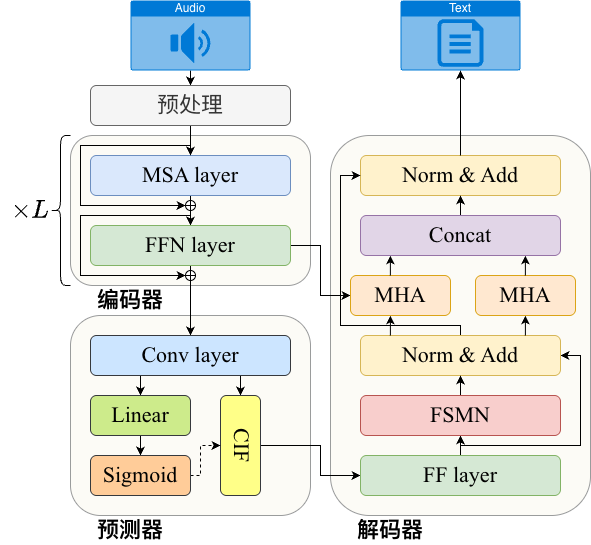
Above: LGM-TSC/funasr.png in Murasame-sway/paper_image (draw.io), before the change. Source tidied: cells renumbered, new cells last; positions are measured from the earlier drawing's top-left corner, leaving out a move shared by most shapes. Its diagram source:
```xml
<mxGraphModel math="1">
  <root>
    <mxCell id="0" />
    <mxCell id="1" parent="0" />
    <mxCell id="2" style="rounded=1;whiteSpace=wrap;html=1;fillColor=#f9f7ed;strokeColor=#36393d;fontFamily=Times New Roman;fontSize=22;opacity=50;align=center;verticalAlign=middle;fontColor=default;fontStyle=0;" parent="1" vertex="1">
      <mxGeometry x="70" y="315" width="240" height="200" as="geometry" />
    </mxCell>
    <mxCell id="3" style="rounded=1;whiteSpace=wrap;html=1;fillColor=#f9f7ed;strokeColor=#36393d;fontFamily=Times New Roman;fontSize=22;opacity=50;fontStyle=0;" parent="1" vertex="1">
      <mxGeometry x="70" y="135" width="240" height="150" as="geometry" />
    </mxCell>
    <mxCell id="4" style="rounded=1;whiteSpace=wrap;html=1;fillColor=#f9f7ed;strokeColor=#36393d;fontFamily=Times New Roman;fontSize=22;opacity=50;align=center;verticalAlign=middle;fontColor=default;fontStyle=0;" parent="1" vertex="1">
      <mxGeometry x="330" y="135" width="260" height="380" as="geometry" />
    </mxCell>
    <mxCell id="5" value="&lt;span style=&quot;border-color: var(--border-color); font-size: 22px;&quot;&gt;Norm &amp;amp; Add&lt;/span&gt;" style="rounded=1;whiteSpace=wrap;html=1;strokeColor=#d6b656;fillColor=#fff2cc;fontFamily=Times New Roman;fontSize=22;fontStyle=0;" parent="1" vertex="1">
      <mxGeometry x="360" y="155" width="200" height="40" as="geometry" />
    </mxCell>
    <mxCell id="6" value="&lt;font style=&quot;font-size: 22px;&quot;&gt;&lt;span style=&quot;font-size: 22px;&quot;&gt;解码器&lt;/span&gt;&lt;/font&gt;" style="text;html=1;align=center;verticalAlign=middle;whiteSpace=wrap;rounded=0;fontFamily=Times New Roman;fontSize=22;fontStyle=1;" parent="1" vertex="1">
      <mxGeometry x="330" y="515" width="120" height="30" as="geometry" />
    </mxCell>
    <mxCell id="7" value="&lt;font style=&quot;font-size: 22px;&quot;&gt;&lt;span style=&quot;font-size: 22px;&quot;&gt;&lt;b style=&quot;font-size: 22px;&quot;&gt;预测器&lt;/b&gt;&lt;/span&gt;&lt;/font&gt;" style="text;html=1;align=center;verticalAlign=middle;whiteSpace=wrap;rounded=0;fontFamily=Times New Roman;fontSize=22;fontStyle=0;" parent="1" vertex="1">
      <mxGeometry x="70" y="515" width="120" height="30" as="geometry" />
    </mxCell>
    <mxCell id="8" style="edgeStyle=orthogonalEdgeStyle;rounded=0;jettySize=auto;html=1;entryX=0.5;entryY=0;entryDx=0;entryDy=0;fontStyle=0;fontSize=22;" parent="1" edge="1" source="9" target="12">
      <mxGeometry relative="1" as="geometry" />
    </mxCell>
    <mxCell id="9" value="&lt;span style=&quot;font-size: 22px;&quot;&gt;&lt;span style=&quot;font-size: 22px;&quot;&gt;MSA layer&lt;/span&gt;&lt;/span&gt;" style="rounded=1;whiteSpace=wrap;html=1;fillColor=#dae8fc;strokeColor=#6c8ebf;fontFamily=Times New Roman;fontSize=22;fontStyle=0;" parent="1" vertex="1">
      <mxGeometry x="90" y="155" width="200" height="40" as="geometry" />
    </mxCell>
    <mxCell id="10" style="edgeStyle=orthogonalEdgeStyle;rounded=0;jettySize=auto;html=1;entryX=0;entryY=0.5;entryDx=0;entryDy=0;fontFamily=Times New Roman;fontSize=22;fontStyle=0;" parent="1" edge="1" source="12" target="23">
      <mxGeometry relative="1" as="geometry" />
    </mxCell>
    <mxCell id="11" style="edgeStyle=orthogonalEdgeStyle;rounded=0;jettySize=auto;html=1;exitX=0.5;exitY=1;exitDx=0;exitDy=0;entryX=0.5;entryY=0;entryDx=0;entryDy=0;fontStyle=0;fontSize=22;" parent="1" edge="1" source="12" target="17">
      <mxGeometry relative="1" as="geometry" />
    </mxCell>
    <mxCell id="12" value="&lt;span style=&quot;font-size: 22px;&quot;&gt;&lt;span style=&quot;font-size: 22px;&quot;&gt;FFN layer&lt;/span&gt;&lt;/span&gt;" style="rounded=1;whiteSpace=wrap;html=1;fillColor=#d5e8d4;strokeColor=#82b366;fontFamily=Times New Roman;fontSize=22;fontStyle=0;" parent="1" vertex="1">
      <mxGeometry x="90" y="225" width="200" height="40" as="geometry" />
    </mxCell>
    <mxCell id="13" value="&lt;font style=&quot;font-size: 22px;&quot;&gt;&lt;span style=&quot;font-size: 22px;&quot;&gt;&lt;b style=&quot;font-size: 22px;&quot;&gt;编码器&lt;/b&gt;&lt;/span&gt;&lt;/font&gt;" style="text;html=1;align=center;verticalAlign=middle;whiteSpace=wrap;rounded=0;fontFamily=Times New Roman;fontSize=22;fontStyle=0;" parent="1" vertex="1">
      <mxGeometry x="70" y="285" width="120" height="30" as="geometry" />
    </mxCell>
    <mxCell id="14" style="edgeStyle=orthogonalEdgeStyle;rounded=0;jettySize=auto;html=1;exitX=0.5;exitY=1;exitDx=0;exitDy=0;exitPerimeter=0;entryX=0.5;entryY=0;entryDx=0;entryDy=0;fontStyle=0;fontSize=22;" parent="1" edge="1" target="40">
      <mxGeometry relative="1" as="geometry">
        <mxPoint x="190" y="70" as="sourcePoint" />
      </mxGeometry>
    </mxCell>
    <mxCell id="15" style="edgeStyle=orthogonalEdgeStyle;rounded=0;jettySize=auto;html=1;entryX=0.5;entryY=0;entryDx=0;entryDy=0;exitX=0.25;exitY=1;exitDx=0;exitDy=0;fontFamily=Times New Roman;fontSize=22;fontStyle=0;" parent="1" edge="1" source="17" target="33">
      <mxGeometry relative="1" as="geometry" />
    </mxCell>
    <mxCell id="16" style="edgeStyle=orthogonalEdgeStyle;rounded=0;jettySize=auto;html=1;exitX=0.75;exitY=1;exitDx=0;exitDy=0;entryX=0.5;entryY=0;entryDx=0;entryDy=0;fontStyle=0;fontSize=22;" parent="1" edge="1" source="17">
      <mxGeometry relative="1" as="geometry">
        <mxPoint x="240" y="395" as="targetPoint" />
      </mxGeometry>
    </mxCell>
    <mxCell id="17" value="&lt;span style=&quot;border-color: var(--border-color); font-size: 22px;&quot;&gt;Conv layer&lt;br style=&quot;font-size: 22px;&quot;&gt;&lt;/span&gt;" style="rounded=1;whiteSpace=wrap;html=1;fillColor=#cce5ff;strokeColor=#36393d;fontFamily=Times New Roman;fontSize=22;fontStyle=0;" parent="1" vertex="1">
      <mxGeometry x="90" y="335" width="200" height="40" as="geometry" />
    </mxCell>
    <mxCell id="18" style="edgeStyle=orthogonalEdgeStyle;rounded=0;jettySize=auto;html=1;exitX=1;exitY=0.5;exitDx=0;exitDy=0;entryX=0;entryY=0.5;entryDx=0;entryDy=0;fontSize=22;" parent="1" edge="1" source="19" target="22">
      <mxGeometry relative="1" as="geometry">
        <Array as="points">
          <mxPoint x="320" y="445" />
          <mxPoint x="320" y="475" />
        </Array>
      </mxGeometry>
    </mxCell>
    <mxCell id="19" value="&lt;span style=&quot;border-color: var(--border-color); font-size: 22px;&quot;&gt;CIF&lt;br style=&quot;font-size: 22px;&quot;&gt;&lt;/span&gt;" style="rounded=1;whiteSpace=wrap;html=1;fillColor=#ffff88;strokeColor=#36393d;fontFamily=Times New Roman;fontSize=22;textDirection=vertical-rl;fontStyle=0;" parent="1" vertex="1">
      <mxGeometry x="220" y="395" width="40" height="100" as="geometry" />
    </mxCell>
    <mxCell id="20" style="edgeStyle=orthogonalEdgeStyle;rounded=0;jettySize=auto;html=1;exitX=0.5;exitY=0;exitDx=0;exitDy=0;entryX=0.5;entryY=1;entryDx=0;entryDy=0;fontSize=22;" parent="1" edge="1" source="22" target="28">
      <mxGeometry relative="1" as="geometry" />
    </mxCell>
    <mxCell id="21" style="edgeStyle=orthogonalEdgeStyle;rounded=0;jettySize=auto;html=1;exitX=0.5;exitY=0;exitDx=0;exitDy=0;entryX=1;entryY=0.5;entryDx=0;entryDy=0;fontSize=22;" parent="1" edge="1" source="22" target="26">
      <mxGeometry relative="1" as="geometry">
        <Array as="points">
          <mxPoint x="460" y="445" />
          <mxPoint x="580" y="445" />
          <mxPoint x="580" y="355" />
        </Array>
      </mxGeometry>
    </mxCell>
    <mxCell id="22" value="&lt;span style=&quot;font-size: 22px;&quot;&gt;FF layer&lt;/span&gt;" style="rounded=1;whiteSpace=wrap;html=1;fillColor=#d5e8d4;strokeColor=#82b366;fontFamily=Times New Roman;fontSize=22;fontStyle=0;" parent="1" vertex="1">
      <mxGeometry x="360" y="455" width="200" height="40" as="geometry" />
    </mxCell>
    <mxCell id="23" value="&lt;span style=&quot;font-size: 22px;&quot;&gt;&lt;span style=&quot;font-size: 22px;&quot;&gt;MHA&lt;/span&gt;&lt;/span&gt;" style="rounded=1;whiteSpace=wrap;html=1;fillColor=#ffe6cc;strokeColor=#d79b00;gradientDirection=radial;opacity=90;fontFamily=Times New Roman;fontSize=22;fontStyle=0;" parent="1" vertex="1">
      <mxGeometry x="350" y="275" width="100" height="40" as="geometry" />
    </mxCell>
    <mxCell id="24" value="&lt;span style=&quot;font-size: 22px;&quot;&gt;&lt;span style=&quot;font-size: 22px;&quot;&gt;MHA&lt;/span&gt;&lt;/span&gt;" style="rounded=1;whiteSpace=wrap;html=1;fillColor=#ffe6cc;strokeColor=#d79b00;gradientDirection=radial;opacity=90;fontFamily=Times New Roman;fontSize=22;fontStyle=0;" parent="1" vertex="1">
      <mxGeometry x="475" y="275" width="100" height="40" as="geometry" />
    </mxCell>
    <mxCell id="25" style="edgeStyle=orthogonalEdgeStyle;rounded=0;jettySize=auto;html=1;exitX=0.5;exitY=0;exitDx=0;exitDy=0;entryX=0;entryY=0.5;entryDx=0;entryDy=0;fontSize=22;" parent="1" edge="1" source="26" target="5">
      <mxGeometry relative="1" as="geometry">
        <Array as="points">
          <mxPoint x="460" y="325" />
          <mxPoint x="340" y="325" />
          <mxPoint x="340" y="175" />
        </Array>
      </mxGeometry>
    </mxCell>
    <mxCell id="26" value="Norm &amp;amp; Add" style="rounded=1;whiteSpace=wrap;html=1;strokeColor=#d6b656;fillColor=#fff2cc;fontFamily=Times New Roman;fontSize=22;fontStyle=0;" parent="1" vertex="1">
      <mxGeometry x="360" y="335" width="200" height="40" as="geometry" />
    </mxCell>
    <mxCell id="27" style="edgeStyle=orthogonalEdgeStyle;rounded=0;jettySize=auto;html=1;exitX=0.5;exitY=0;exitDx=0;exitDy=0;entryX=0.5;entryY=1;entryDx=0;entryDy=0;fontSize=22;" parent="1" edge="1" source="28" target="26">
      <mxGeometry relative="1" as="geometry" />
    </mxCell>
    <mxCell id="28" value="&lt;span style=&quot;border-color: var(--border-color); font-size: 22px;&quot;&gt;FSMN&lt;/span&gt;" style="rounded=1;whiteSpace=wrap;html=1;fillColor=#f8cecc;strokeColor=#b85450;fontFamily=Times New Roman;fontSize=22;fontStyle=0;" parent="1" vertex="1">
      <mxGeometry x="360" y="395" width="200" height="40" as="geometry" />
    </mxCell>
    <mxCell id="29" style="edgeStyle=orthogonalEdgeStyle;rounded=0;jettySize=auto;html=1;exitX=0.5;exitY=0;exitDx=0;exitDy=0;entryX=0.5;entryY=1;entryDx=0;entryDy=0;fontSize=22;" parent="1" edge="1" source="30" target="5">
      <mxGeometry relative="1" as="geometry" />
    </mxCell>
    <mxCell id="30" value="&lt;span style=&quot;border-color: var(--border-color); font-size: 22px;&quot;&gt;Concat&lt;/span&gt;" style="rounded=1;whiteSpace=wrap;html=1;strokeColor=#9673a6;fillColor=#e1d5e7;fontFamily=Times New Roman;fontSize=22;fontStyle=0;" parent="1" vertex="1">
      <mxGeometry x="360" y="215" width="200" height="40" as="geometry" />
    </mxCell>
    <mxCell id="31" style="shape=curlyBracket;whiteSpace=wrap;html=1;rounded=1;labelPosition=left;verticalLabelPosition=middle;align=right;verticalAlign=middle;fontFamily=Times New Roman;fontSize=22;fontStyle=0;" parent="1" vertex="1">
      <mxGeometry x="50" y="135" width="20" height="150" as="geometry" />
    </mxCell>
    <mxCell id="32" style="edgeStyle=orthogonalEdgeStyle;rounded=0;jettySize=auto;html=1;entryX=0.5;entryY=0;entryDx=0;entryDy=0;fontFamily=Times New Roman;fontSize=22;fontStyle=0;" parent="1" edge="1" source="33" target="35">
      <mxGeometry relative="1" as="geometry" />
    </mxCell>
    <mxCell id="33" value="&lt;span style=&quot;border-color: var(--border-color); font-size: 22px;&quot;&gt;Linear&lt;/span&gt;" style="rounded=1;whiteSpace=wrap;html=1;fillColor=#cdeb8b;strokeColor=#36393d;fontFamily=Times New Roman;fontSize=22;fontStyle=0;" parent="1" vertex="1">
      <mxGeometry x="90" y="395" width="100" height="40" as="geometry" />
    </mxCell>
    <mxCell id="34" style="edgeStyle=orthogonalEdgeStyle;rounded=0;jettySize=auto;html=1;entryX=0;entryY=0.5;entryDx=0;entryDy=0;dashed=1;fontFamily=Times New Roman;fontSize=22;fontStyle=0;" parent="1" edge="1" source="35" target="19">
      <mxGeometry relative="1" as="geometry">
        <Array as="points">
          <mxPoint x="200" y="475" />
          <mxPoint x="200" y="445" />
        </Array>
      </mxGeometry>
    </mxCell>
    <mxCell id="35" value="&lt;div style=&quot;font-size: 22px;&quot;&gt;&lt;span style=&quot;font-size: 22px;&quot;&gt;&lt;span style=&quot;font-size: 22px;&quot;&gt;Sigmoid&lt;/span&gt;&lt;/span&gt;&lt;/div&gt;" style="rounded=1;whiteSpace=wrap;html=1;fillColor=#ffcc99;strokeColor=#36393d;fontFamily=Times New Roman;fontSize=22;fontStyle=0;" parent="1" vertex="1">
      <mxGeometry x="90" y="455" width="100" height="40" as="geometry" />
    </mxCell>
    <mxCell id="36" style="verticalLabelPosition=bottom;verticalAlign=top;html=1;shape=mxgraph.flowchart.summing_function;fontFamily=Times New Roman;fontSize=22;fontStyle=0;" parent="1" vertex="1">
      <mxGeometry x="185" y="200" width="10" height="10" as="geometry" />
    </mxCell>
    <mxCell id="37" style="edgeStyle=orthogonalEdgeStyle;rounded=0;jettySize=auto;html=1;entryX=0;entryY=0.5;entryDx=0;entryDy=0;entryPerimeter=0;fontFamily=Times New Roman;fontSize=22;fontStyle=0;" parent="1" edge="1" target="41">
      <mxGeometry relative="1" as="geometry">
        <mxPoint x="190" y="215" as="sourcePoint" />
        <Array as="points">
          <mxPoint x="80" y="215" />
          <mxPoint x="80" y="275" />
        </Array>
      </mxGeometry>
    </mxCell>
    <mxCell id="38" value="$$\times L$$" style="text;whiteSpace=wrap;fontSize=22;align=center;fontStyle=0;verticalAlign=middle;" parent="1" vertex="1">
      <mxGeometry y="170.5" width="60" height="79" as="geometry" />
    </mxCell>
    <mxCell id="39" style="edgeStyle=orthogonalEdgeStyle;rounded=0;jettySize=auto;html=1;exitX=0.5;exitY=1;exitDx=0;exitDy=0;entryX=0.5;entryY=0;entryDx=0;entryDy=0;fontStyle=0;fontSize=22;" parent="1" edge="1" source="40" target="9">
      <mxGeometry relative="1" as="geometry" />
    </mxCell>
    <mxCell id="40" value="&lt;span style=&quot;font-family: &amp;quot;Times New Roman&amp;quot;; font-size: 22px;&quot;&gt;预处理&lt;/span&gt;" style="rounded=1;whiteSpace=wrap;html=1;fillColor=#f5f5f5;strokeColor=#666666;fontStyle=0;fontSize=22;fontColor=#333333;" parent="1" vertex="1">
      <mxGeometry x="90" y="85" width="200" height="40" as="geometry" />
    </mxCell>
    <mxCell id="41" style="verticalLabelPosition=bottom;verticalAlign=top;html=1;shape=mxgraph.flowchart.summing_function;fontFamily=Times New Roman;fontSize=22;fontStyle=0;" parent="1" vertex="1">
      <mxGeometry x="185" y="270" width="10" height="10" as="geometry" />
    </mxCell>
    <mxCell id="42" style="edgeStyle=orthogonalEdgeStyle;rounded=0;jettySize=auto;html=1;entryX=0;entryY=0.5;entryDx=0;entryDy=0;entryPerimeter=0;fontFamily=Times New Roman;fontSize=22;fontStyle=0;" parent="1" edge="1" target="36">
      <mxGeometry relative="1" as="geometry">
        <mxPoint x="190" y="145" as="sourcePoint" />
        <Array as="points">
          <mxPoint x="80" y="145" />
          <mxPoint x="80" y="205" />
        </Array>
      </mxGeometry>
    </mxCell>
    <mxCell id="43" style="edgeStyle=orthogonalEdgeStyle;rounded=0;jettySize=auto;html=1;exitX=0.5;exitY=0;exitDx=0;exitDy=0;entryX=0.5;entryY=1;entryDx=0;entryDy=0;entryPerimeter=0;fontSize=22;" parent="1" edge="1" source="5">
      <mxGeometry relative="1" as="geometry">
        <mxPoint x="460" y="70" as="targetPoint" />
      </mxGeometry>
    </mxCell>
    <mxCell id="44" style="endArrow=classic;html=1;rounded=0;fontSize=22;" parent="1" edge="1">
      <mxGeometry relative="1" as="geometry">
        <mxPoint x="389.9" y="335" as="sourcePoint" />
        <mxPoint x="389.9" y="315" as="targetPoint" />
      </mxGeometry>
    </mxCell>
    <mxCell id="45" style="endArrow=classic;html=1;rounded=0;fontSize=22;" parent="1" edge="1">
      <mxGeometry relative="1" as="geometry">
        <mxPoint x="524.9" y="335" as="sourcePoint" />
        <mxPoint x="524.9" y="315" as="targetPoint" />
      </mxGeometry>
    </mxCell>
    <mxCell id="46" style="endArrow=classic;html=1;rounded=0;fontSize=22;" parent="1" edge="1">
      <mxGeometry relative="1" as="geometry">
        <mxPoint x="389.9" y="275" as="sourcePoint" />
        <mxPoint x="389.9" y="255" as="targetPoint" />
      </mxGeometry>
    </mxCell>
    <mxCell id="47" style="endArrow=classic;html=1;rounded=0;fontSize=22;" parent="1" edge="1">
      <mxGeometry relative="1" as="geometry">
        <mxPoint x="524.9" y="275" as="sourcePoint" />
        <mxPoint x="524.9" y="255" as="targetPoint" />
      </mxGeometry>
    </mxCell>
    <mxCell id="48" value="Audio" style="html=1;whiteSpace=wrap;strokeColor=none;fillColor=#0079D6;labelPosition=center;verticalLabelPosition=middle;verticalAlign=top;align=center;fontSize=12;spacingTop=-6;fontColor=#FFFFFF;sketch=0;shape=mxgraph.sitemap.audio;" parent="1" vertex="1">
      <mxGeometry x="130" width="120" height="70" as="geometry" />
    </mxCell>
    <mxCell id="49" value="Text" style="html=1;whiteSpace=wrap;strokeColor=none;fillColor=#0079D6;labelPosition=center;verticalLabelPosition=middle;verticalAlign=top;align=center;fontSize=12;spacingTop=-6;fontColor=#FFFFFF;sketch=0;shape=mxgraph.sitemap.text;" parent="1" vertex="1">
      <mxGeometry x="400" width="120" height="70" as="geometry" />
    </mxCell>
  </root>
</mxGraphModel>
```
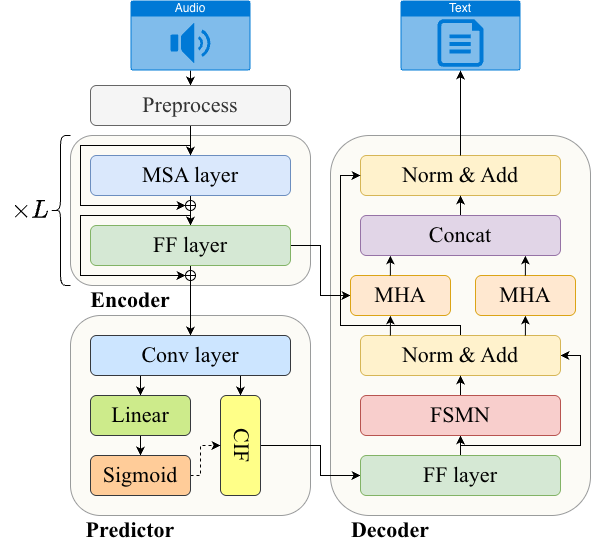
Above is the later version.

Diff of the diagram source:
```diff
@@ -14,10 +14,10 @@
     <mxCell id="5" value="&lt;span style=&quot;border-color: var(--border-color); font-size: 22px;&quot;&gt;Norm &amp;amp; Add&lt;/span&gt;" style="rounded=1;whiteSpace=wrap;html=1;strokeColor=#d6b656;fillColor=#fff2cc;fontFamily=Times New Roman;fontSize=22;fontStyle=0;" parent="1" vertex="1">
       <mxGeometry x="360" y="155" width="200" height="40" as="geometry" />
     </mxCell>
-    <mxCell id="6" value="&lt;font style=&quot;font-size: 22px;&quot;&gt;&lt;span style=&quot;font-size: 22px;&quot;&gt;解码器&lt;/span&gt;&lt;/font&gt;" style="text;html=1;align=center;verticalAlign=middle;whiteSpace=wrap;rounded=0;fontFamily=Times New Roman;fontSize=22;fontStyle=1;" parent="1" vertex="1">
+    <mxCell id="6" value="&lt;font style=&quot;font-size: 22px;&quot;&gt;&lt;span style=&quot;font-size: 22px;&quot;&gt;Decoder&lt;/span&gt;&lt;/font&gt;" style="text;html=1;align=center;verticalAlign=middle;whiteSpace=wrap;rounded=0;fontFamily=Times New Roman;fontSize=22;fontStyle=1;" parent="1" vertex="1">
       <mxGeometry x="330" y="515" width="120" height="30" as="geometry" />
     </mxCell>
-    <mxCell id="7" value="&lt;font style=&quot;font-size: 22px;&quot;&gt;&lt;span style=&quot;font-size: 22px;&quot;&gt;&lt;b style=&quot;font-size: 22px;&quot;&gt;预测器&lt;/b&gt;&lt;/span&gt;&lt;/font&gt;" style="text;html=1;align=center;verticalAlign=middle;whiteSpace=wrap;rounded=0;fontFamily=Times New Roman;fontSize=22;fontStyle=0;" parent="1" vertex="1">
+    <mxCell id="7" value="&lt;font style=&quot;font-size: 22px;&quot;&gt;&lt;span style=&quot;font-size: 22px;&quot;&gt;&lt;b style=&quot;font-size: 22px;&quot;&gt;Predictor&lt;/b&gt;&lt;/span&gt;&lt;/font&gt;" style="text;html=1;align=center;verticalAlign=middle;whiteSpace=wrap;rounded=0;fontFamily=Times New Roman;fontSize=22;fontStyle=0;" parent="1" vertex="1">
       <mxGeometry x="70" y="515" width="120" height="30" as="geometry" />
     </mxCell>
     <mxCell id="8" style="edgeStyle=orthogonalEdgeStyle;rounded=0;jettySize=auto;html=1;entryX=0.5;entryY=0;entryDx=0;entryDy=0;fontStyle=0;fontSize=22;" parent="1" edge="1" source="9" target="12">
@@ -32,10 +32,10 @@
     <mxCell id="11" style="edgeStyle=orthogonalEdgeStyle;rounded=0;jettySize=auto;html=1;exitX=0.5;exitY=1;exitDx=0;exitDy=0;entryX=0.5;entryY=0;entryDx=0;entryDy=0;fontStyle=0;fontSize=22;" parent="1" edge="1" source="12" target="17">
       <mxGeometry relative="1" as="geometry" />
     </mxCell>
-    <mxCell id="12" value="&lt;span style=&quot;font-size: 22px;&quot;&gt;&lt;span style=&quot;font-size: 22px;&quot;&gt;FFN layer&lt;/span&gt;&lt;/span&gt;" style="rounded=1;whiteSpace=wrap;html=1;fillColor=#d5e8d4;strokeColor=#82b366;fontFamily=Times New Roman;fontSize=22;fontStyle=0;" parent="1" vertex="1">
+    <mxCell id="12" value="&lt;span style=&quot;font-size: 22px;&quot;&gt;&lt;span style=&quot;font-size: 22px;&quot;&gt;FF layer&lt;/span&gt;&lt;/span&gt;" style="rounded=1;whiteSpace=wrap;html=1;fillColor=#d5e8d4;strokeColor=#82b366;fontFamily=Times New Roman;fontSize=22;fontStyle=0;" parent="1" vertex="1">
       <mxGeometry x="90" y="225" width="200" height="40" as="geometry" />
     </mxCell>
-    <mxCell id="13" value="&lt;font style=&quot;font-size: 22px;&quot;&gt;&lt;span style=&quot;font-size: 22px;&quot;&gt;&lt;b style=&quot;font-size: 22px;&quot;&gt;编码器&lt;/b&gt;&lt;/span&gt;&lt;/font&gt;" style="text;html=1;align=center;verticalAlign=middle;whiteSpace=wrap;rounded=0;fontFamily=Times New Roman;fontSize=22;fontStyle=0;" parent="1" vertex="1">
+    <mxCell id="13" value="&lt;font style=&quot;font-size: 22px;&quot;&gt;&lt;span style=&quot;font-size: 22px;&quot;&gt;&lt;b style=&quot;font-size: 22px;&quot;&gt;Encoder&lt;/b&gt;&lt;/span&gt;&lt;/font&gt;" style="text;html=1;align=center;verticalAlign=middle;whiteSpace=wrap;rounded=0;fontFamily=Times New Roman;fontSize=22;fontStyle=0;" parent="1" vertex="1">
       <mxGeometry x="70" y="285" width="120" height="30" as="geometry" />
     </mxCell>
     <mxCell id="14" style="edgeStyle=orthogonalEdgeStyle;rounded=0;jettySize=auto;html=1;exitX=0.5;exitY=1;exitDx=0;exitDy=0;exitPerimeter=0;entryX=0.5;entryY=0;entryDx=0;entryDy=0;fontStyle=0;fontSize=22;" parent="1" edge="1" target="40">
@@ -148,7 +148,7 @@
     <mxCell id="39" style="edgeStyle=orthogonalEdgeStyle;rounded=0;jettySize=auto;html=1;exitX=0.5;exitY=1;exitDx=0;exitDy=0;entryX=0.5;entryY=0;entryDx=0;entryDy=0;fontStyle=0;fontSize=22;" parent="1" edge="1" source="40" target="9">
       <mxGeometry relative="1" as="geometry" />
     </mxCell>
-    <mxCell id="40" value="&lt;span style=&quot;font-family: &amp;quot;Times New Roman&amp;quot;; font-size: 22px;&quot;&gt;预处理&lt;/span&gt;" style="rounded=1;whiteSpace=wrap;html=1;fillColor=#f5f5f5;strokeColor=#666666;fontStyle=0;fontSize=22;fontColor=#333333;" parent="1" vertex="1">
+    <mxCell id="40" value="&lt;span style=&quot;font-family: &amp;quot;Times New Roman&amp;quot;; font-size: 22px;&quot;&gt;Preprocess&lt;/span&gt;" style="rounded=1;whiteSpace=wrap;html=1;fillColor=#f5f5f5;strokeColor=#666666;fontStyle=0;fontSize=22;fontColor=#333333;" parent="1" vertex="1">
       <mxGeometry x="90" y="85" width="200" height="40" as="geometry" />
     </mxCell>
     <mxCell id="41" style="verticalLabelPosition=bottom;verticalAlign=top;html=1;shape=mxgraph.flowchart.summing_function;fontFamily=Times New Roman;fontSize=22;fontStyle=0;" parent="1" vertex="1">
```
